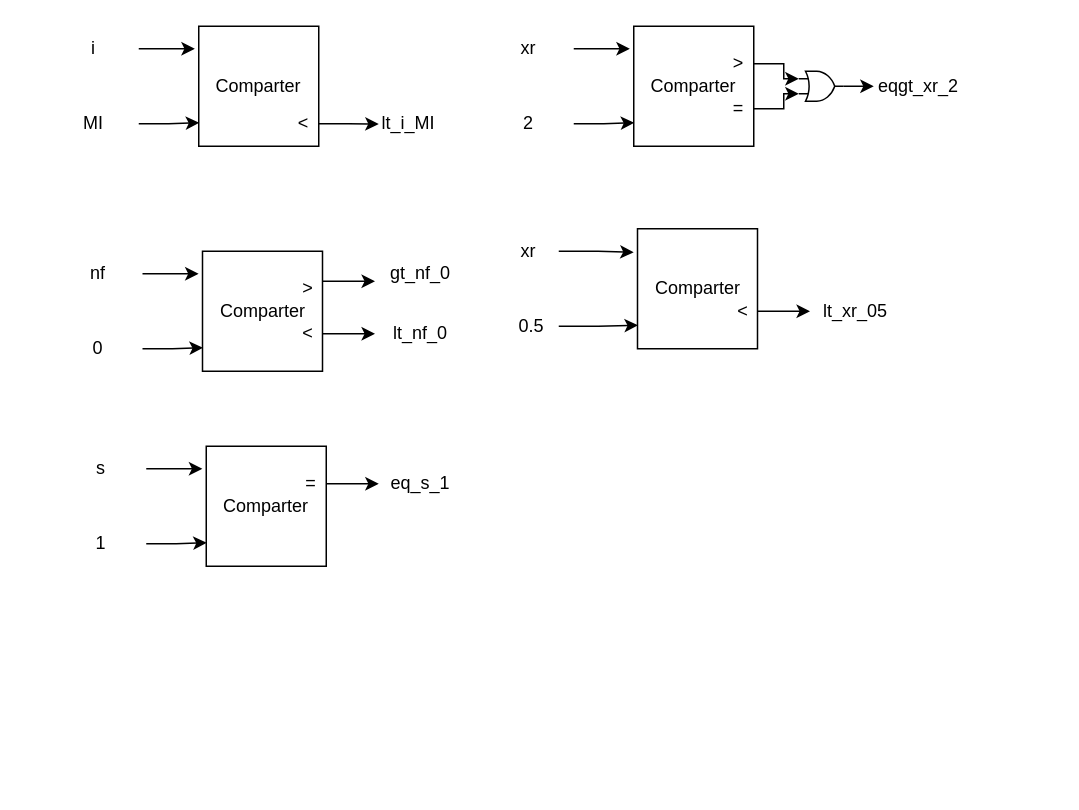
Above: status_signals.drawio in 0xByteRush/COE302 (draw.io), before the change. Source tidied: cells renumbered, new cells numbered last; positions are measured from the earlier drawing's top-left corner, leaving out a move shared by most shapes. Both pictures are drawn from the tidied source at 150%, with x=0, y=0 at pixel (48, 26).
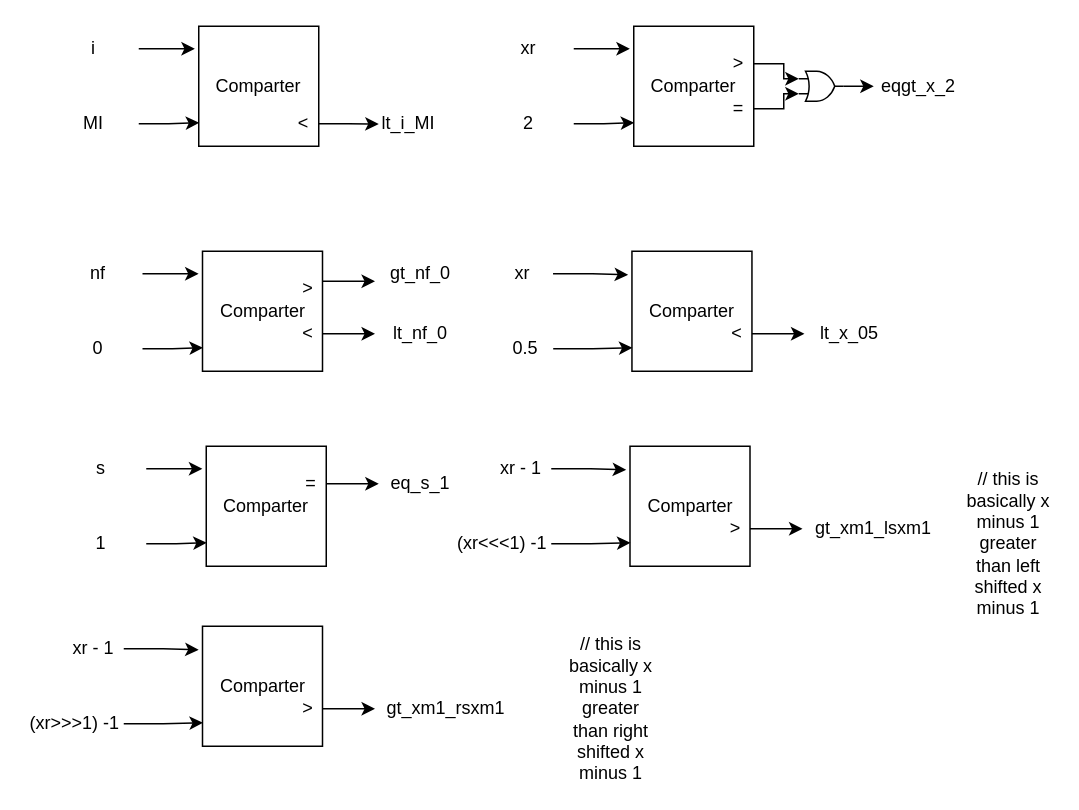
Above is the later version.

The edit, as a diff of the source:
```diff
@@
-    <mxCell id="21" value="eqgt_xr_2" style="text;html=1;whiteSpace=wrap;strokeColor=none;fillColor=none;align=center;verticalAlign=middle;rounded=0;" parent="1" vertex="1">
+    <mxCell id="21" value="eqgt_x_2" style="text;html=1;whiteSpace=wrap;strokeColor=none;fillColor=none;align=center;verticalAlign=middle;rounded=0;" parent="1" vertex="1">
       <mxGeometry x="550" y="25" width="60" height="30" as="geometry" />
     </mxCell>
@@
     <mxCell id="33" value="Comparter" style="whiteSpace=wrap;html=1;" parent="1" vertex="1">
-      <mxGeometry x="392.5" y="135" width="80" height="80" as="geometry" />
+      <mxGeometry x="388.8" y="150" width="80" height="80" as="geometry" />
     </mxCell>
     <mxCell id="34" value="xr" style="text;html=1;whiteSpace=wrap;strokeColor=none;fillColor=none;align=center;verticalAlign=middle;rounded=0;" parent="1" vertex="1">
-      <mxGeometry x="300" y="140" width="40" height="20" as="geometry" />
+      <mxGeometry x="296.2" y="155" width="40" height="20" as="geometry" />
     </mxCell>
@@
     <mxCell id="36" value="0.5" style="text;html=1;whiteSpace=wrap;strokeColor=none;fillColor=none;align=center;verticalAlign=middle;rounded=0;" parent="1" vertex="1">
-      <mxGeometry x="302.5" y="190" width="37.5" height="20" as="geometry" />
+      <mxGeometry x="298.8" y="205" width="37.5" height="20" as="geometry" />
     </mxCell>
@@
     <mxCell id="38" style="edgeStyle=orthogonalEdgeStyle;rounded=0;jettySize=auto;html=1;exitX=1;exitY=0.5;exitDx=0;exitDy=0;" parent="1" edge="1" source="39">
       <mxGeometry relative="1" as="geometry">
-        <mxPoint x="507.5" y="190.2" as="targetPoint" />
+        <mxPoint x="503.8" y="205.2" as="targetPoint" />
       </mxGeometry>
     </mxCell>
     <mxCell id="39" value="&amp;lt;" style="text;html=1;whiteSpace=wrap;strokeColor=none;fillColor=none;align=center;verticalAlign=middle;rounded=0;" parent="1" vertex="1">
-      <mxGeometry x="452.5" y="185" width="20" height="10" as="geometry" />
+      <mxGeometry x="448.8" y="200" width="20" height="10" as="geometry" />
     </mxCell>
-    <mxCell id="40" value="lt_xr_05" style="text;html=1;whiteSpace=wrap;strokeColor=none;fillColor=none;align=center;verticalAlign=middle;rounded=0;" parent="1" vertex="1">
-      <mxGeometry x="507.5" y="175" width="60" height="30" as="geometry" />
+    <mxCell id="40" value="lt_x_05" style="text;html=1;whiteSpace=wrap;strokeColor=none;fillColor=none;align=center;verticalAlign=middle;rounded=0;" parent="1" vertex="1">
+      <mxGeometry x="503.8" y="190" width="60" height="30" as="geometry" />
     </mxCell>
@@
+    <mxCell id="49" value="Comparter" style="whiteSpace=wrap;html=1;" parent="1" vertex="1">
+      <mxGeometry x="387.5" y="280" width="80" height="80" as="geometry" />
+    </mxCell>
+    <mxCell id="50" value="xr - 1" style="text;html=1;whiteSpace=wrap;strokeColor=none;fillColor=none;align=center;verticalAlign=middle;rounded=0;" parent="1" vertex="1">
+      <mxGeometry x="295" y="285" width="40" height="20" as="geometry" />
+    </mxCell>
+    <mxCell id="51" style="edgeStyle=orthogonalEdgeStyle;rounded=0;jettySize=auto;html=1;exitX=1;exitY=0.5;exitDx=0;exitDy=0;entryX=-0.032;entryY=0.196;entryDx=0;entryDy=0;entryPerimeter=0;" parent="1" edge="1" source="50" target="49">
+      <mxGeometry relative="1" as="geometry" />
+    </mxCell>
+    <mxCell id="52" value="(xr&amp;lt;&amp;lt;&amp;lt;1) -1" style="text;html=1;whiteSpace=wrap;strokeColor=none;fillColor=none;align=center;verticalAlign=middle;rounded=0;" parent="1" vertex="1">
+      <mxGeometry x="270" y="335" width="65" height="20" as="geometry" />
+    </mxCell>
+    <mxCell id="53" style="edgeStyle=orthogonalEdgeStyle;rounded=0;jettySize=auto;html=1;exitX=1;exitY=0.5;exitDx=0;exitDy=0;entryX=0.004;entryY=0.804;entryDx=0;entryDy=0;entryPerimeter=0;" parent="1" edge="1" source="52" target="49">
+      <mxGeometry relative="1" as="geometry" />
+    </mxCell>
+    <mxCell id="54" style="edgeStyle=orthogonalEdgeStyle;rounded=0;jettySize=auto;html=1;exitX=1;exitY=0.5;exitDx=0;exitDy=0;" parent="1" edge="1" source="55">
+      <mxGeometry relative="1" as="geometry">
+        <mxPoint x="502.5" y="335.2" as="targetPoint" />
+      </mxGeometry>
+    </mxCell>
+    <mxCell id="55" value="&amp;gt;" style="text;html=1;whiteSpace=wrap;strokeColor=none;fillColor=none;align=center;verticalAlign=middle;rounded=0;" parent="1" vertex="1">
+      <mxGeometry x="447.5" y="330" width="20" height="10" as="geometry" />
+    </mxCell>
+    <mxCell id="56" value="Comparter" style="whiteSpace=wrap;html=1;" parent="1" vertex="1">
+      <mxGeometry x="102.5" y="400" width="80" height="80" as="geometry" />
+    </mxCell>
+    <mxCell id="57" value="xr - 1" style="text;html=1;whiteSpace=wrap;strokeColor=none;fillColor=none;align=center;verticalAlign=middle;rounded=0;" parent="1" vertex="1">
+      <mxGeometry x="10" y="405" width="40" height="20" as="geometry" />
+    </mxCell>
+    <mxCell id="58" style="edgeStyle=orthogonalEdgeStyle;rounded=0;jettySize=auto;html=1;exitX=1;exitY=0.5;exitDx=0;exitDy=0;entryX=-0.032;entryY=0.196;entryDx=0;entryDy=0;entryPerimeter=0;" parent="1" edge="1" source="57" target="56">
+      <mxGeometry relative="1" as="geometry" />
+    </mxCell>
+    <mxCell id="59" value="(xr&amp;gt;&amp;gt;&amp;gt;1) -1" style="text;html=1;whiteSpace=wrap;strokeColor=none;fillColor=none;align=center;verticalAlign=middle;rounded=0;" parent="1" vertex="1">
+      <mxGeometry x="-15" y="455" width="65" height="20" as="geometry" />
+    </mxCell>
+    <mxCell id="60" style="edgeStyle=orthogonalEdgeStyle;rounded=0;jettySize=auto;html=1;exitX=1;exitY=0.5;exitDx=0;exitDy=0;entryX=0.004;entryY=0.804;entryDx=0;entryDy=0;entryPerimeter=0;" parent="1" edge="1" source="59" target="56">
+      <mxGeometry relative="1" as="geometry" />
+    </mxCell>
+    <mxCell id="61" style="edgeStyle=orthogonalEdgeStyle;rounded=0;jettySize=auto;html=1;exitX=1;exitY=0.5;exitDx=0;exitDy=0;" parent="1" edge="1" source="62">
+      <mxGeometry relative="1" as="geometry">
+        <mxPoint x="217.5" y="455.2" as="targetPoint" />
+      </mxGeometry>
+    </mxCell>
+    <mxCell id="62" value="&amp;gt;" style="text;html=1;whiteSpace=wrap;strokeColor=none;fillColor=none;align=center;verticalAlign=middle;rounded=0;" parent="1" vertex="1">
+      <mxGeometry x="162.5" y="450" width="20" height="10" as="geometry" />
+    </mxCell>
+    <mxCell id="63" value="gt_xm1_rsxm1" style="text;html=1;whiteSpace=wrap;strokeColor=none;fillColor=none;align=center;verticalAlign=middle;rounded=0;" parent="1" vertex="1">
+      <mxGeometry x="235" y="440" width="60" height="30" as="geometry" />
+    </mxCell>
+    <mxCell id="64" value="gt_xm1_lsxm1" style="text;html=1;whiteSpace=wrap;strokeColor=none;fillColor=none;align=center;verticalAlign=middle;rounded=0;" parent="1" vertex="1">
+      <mxGeometry x="520" y="320" width="60" height="30" as="geometry" />
+    </mxCell>
+    <mxCell id="65" value="// this is basically x minus 1 greater than&amp;nbsp;right shifted x minus 1" style="text;html=1;whiteSpace=wrap;strokeColor=none;fillColor=none;align=center;verticalAlign=middle;rounded=0;" parent="1" vertex="1">
+      <mxGeometry x="345" y="440" width="60" height="30" as="geometry" />
+    </mxCell>
+    <mxCell id="66" value="// this is basically x minus 1 greater than&amp;nbsp;left shifted x minus 1" style="text;html=1;whiteSpace=wrap;strokeColor=none;fillColor=none;align=center;verticalAlign=middle;rounded=0;" parent="1" vertex="1">
+      <mxGeometry x="610" y="330" width="60" height="30" as="geometry" />
+    </mxCell>
```
